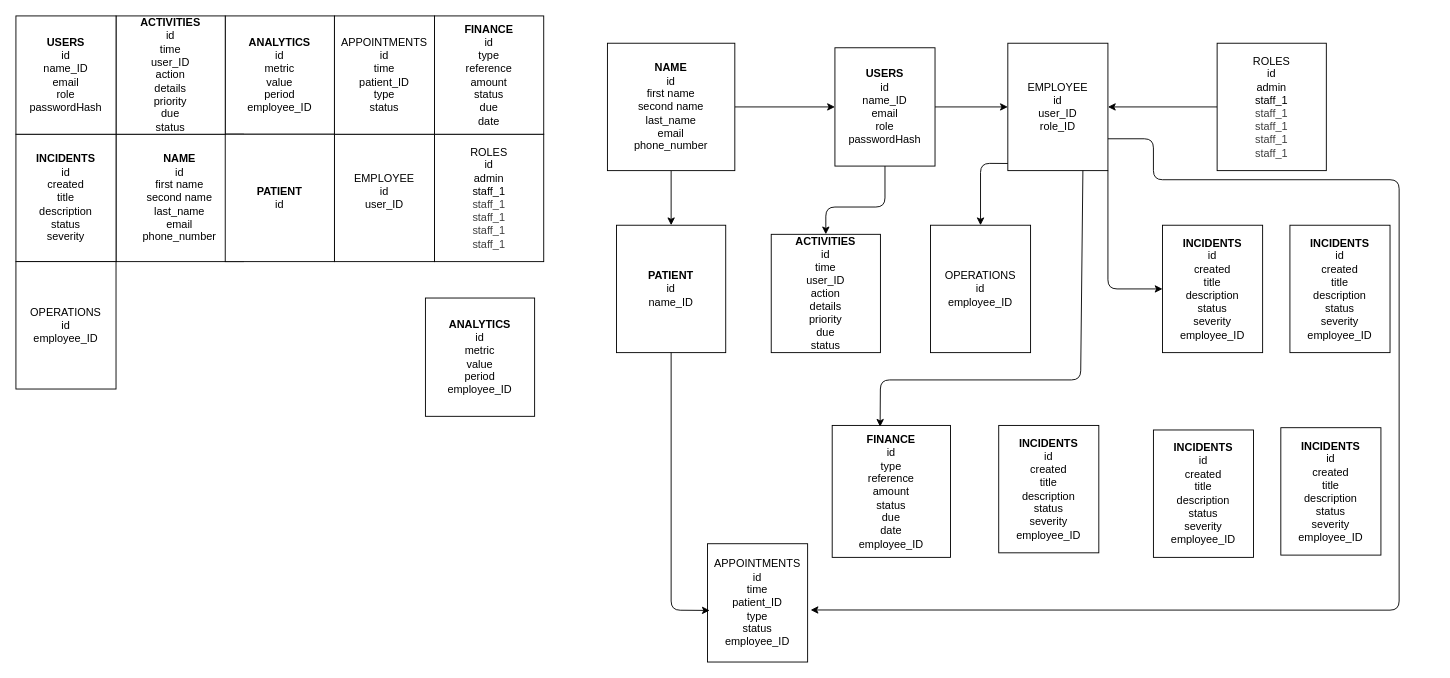
This is design/design.drawio from Justkim030/Moducare, a draw.io file, before an edit. Source tidied: cells renumbered, new cells numbered last; positions are measured from the earlier drawing's top-left corner, leaving out a move shared by most shapes. Both pictures are drawn from the tidied source at 91%, with x=0, y=0 at pixel (15, 15).
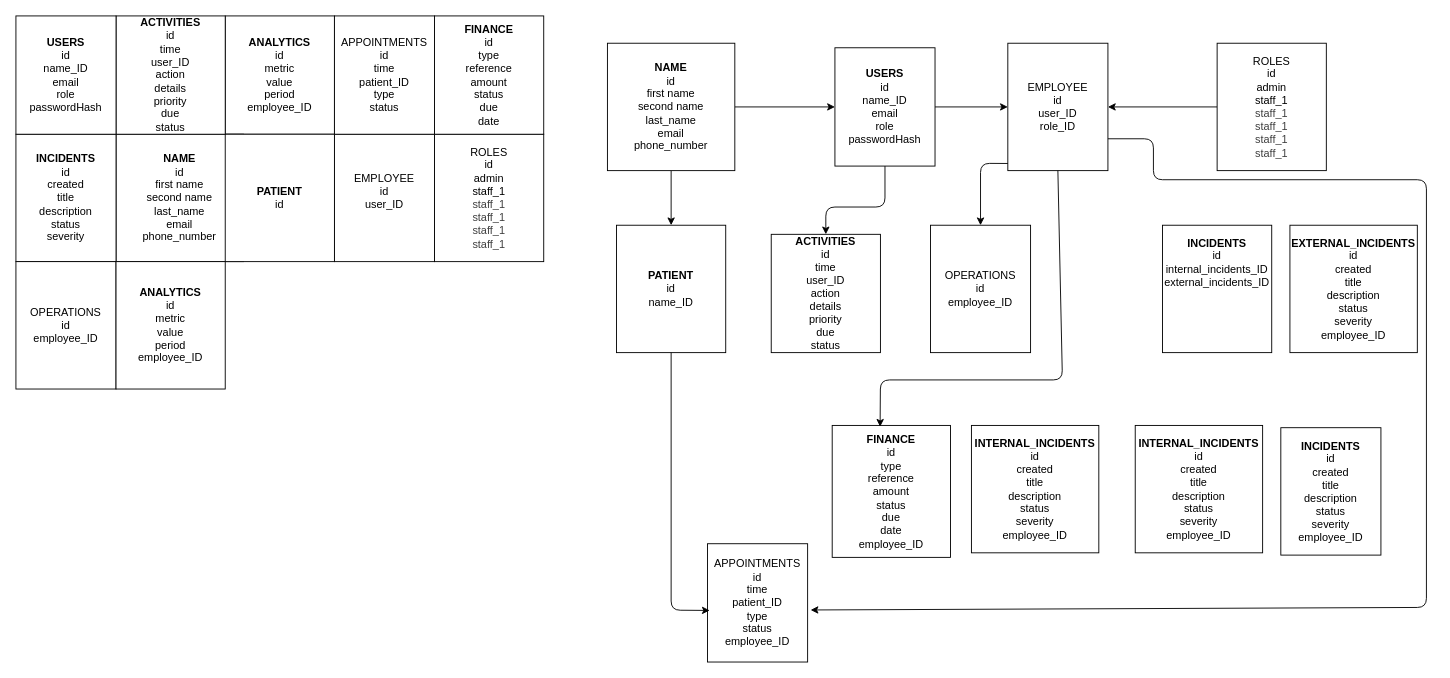
The same page after the edit.

The change refers to these unchanged cells:
```xml
<mxCell id="15" value="EMPLOYEE&lt;div&gt;id&lt;/div&gt;&lt;div&gt;user_ID&lt;/div&gt;&lt;div&gt;role_ID&lt;/div&gt;" style="rounded=0;whiteSpace=wrap;html=1;" parent="1" vertex="1">
  <mxGeometry x="1090" y="30" width="110" height="140" as="geometry" />
</mxCell>
<mxCell id="24" value="&lt;b&gt;FINANCE&lt;/b&gt;&lt;div&gt;id&lt;/div&gt;&lt;div&gt;type&lt;/div&gt;&lt;div&gt;reference&lt;/div&gt;&lt;div&gt;amount&lt;/div&gt;&lt;div&gt;status&lt;/div&gt;&lt;div&gt;due&lt;/div&gt;&lt;div&gt;date&lt;/div&gt;&lt;div&gt;employee_ID&lt;/div&gt;" style="rounded=0;whiteSpace=wrap;html=1;" parent="1" vertex="1">
  <mxGeometry x="897" y="450" width="130" height="145" as="geometry" />
</mxCell>
<mxCell id="25" value="APPOINTMENTS&lt;div&gt;id&lt;/div&gt;&lt;div&gt;time&lt;/div&gt;&lt;div&gt;patient_ID&lt;/div&gt;&lt;div&gt;type&lt;/div&gt;&lt;div&gt;status&lt;/div&gt;&lt;div&gt;employee_ID&lt;/div&gt;" style="rounded=0;whiteSpace=wrap;html=1;" parent="1" vertex="1">
  <mxGeometry x="760" y="580" width="110" height="130" as="geometry" />
</mxCell>
```

Change to the diagram source:
```diff
@@
-    <mxCell id="14" style="edgeStyle=none;html=1;exitX=1;exitY=1;exitDx=0;exitDy=0;entryX=0;entryY=0.5;entryDx=0;entryDy=0;" parent="1" edge="1" source="15" target="23">
-      <mxGeometry relative="1" as="geometry">
-        <Array as="points">
-          <mxPoint x="1200" y="300" />
-        </Array>
-      </mxGeometry>
-    </mxCell>
@@
     <mxCell id="18" value="ANALYTICS&lt;div&gt;&lt;span style=&quot;font-weight: normal;&quot;&gt;id&lt;/span&gt;&lt;/div&gt;&lt;div&gt;&lt;span style=&quot;font-weight: normal;&quot;&gt;metric&lt;/span&gt;&lt;/div&gt;&lt;div&gt;&lt;span style=&quot;font-weight: normal;&quot;&gt;value&lt;/span&gt;&lt;/div&gt;&lt;div&gt;&lt;span style=&quot;font-weight: normal;&quot;&gt;period&lt;/span&gt;&lt;/div&gt;&lt;div&gt;&lt;span style=&quot;font-weight: 400;&quot;&gt;employee_ID&lt;/span&gt;&lt;/div&gt;" style="rounded=0;whiteSpace=wrap;html=1;fontStyle=1;" parent="1" vertex="1">
-      <mxGeometry x="450" y="310" width="120" height="130" as="geometry" />
+      <mxGeometry x="110" y="270" width="120" height="140" as="geometry" />
     </mxCell>
@@
-    <mxCell id="23" value="&lt;b&gt;INCIDENTS&lt;/b&gt;&lt;div&gt;id&lt;/div&gt;&lt;div&gt;created&lt;/div&gt;&lt;div&gt;title&lt;/div&gt;&lt;div&gt;description&lt;/div&gt;&lt;div&gt;status&lt;/div&gt;&lt;div&gt;severity&lt;/div&gt;&lt;div&gt;employee_ID&lt;/div&gt;" style="rounded=0;whiteSpace=wrap;html=1;" parent="1" vertex="1">
-      <mxGeometry x="1260" y="230" width="110" height="140" as="geometry" />
+    <mxCell id="23" value="&lt;b&gt;INCIDENTS&lt;/b&gt;&lt;div&gt;id&lt;/div&gt;&lt;div&gt;internal_incidents_ID&lt;/div&gt;&lt;div&gt;external_incidents_ID&lt;/div&gt;&lt;div&gt;&lt;br&gt;&lt;/div&gt;&lt;div&gt;&lt;br&gt;&lt;/div&gt;&lt;div&gt;&lt;br&gt;&lt;/div&gt;&lt;div&gt;&lt;br&gt;&lt;/div&gt;" style="rounded=0;whiteSpace=wrap;html=1;" parent="1" vertex="1">
+      <mxGeometry x="1260" y="230" width="120" height="140" as="geometry" />
     </mxCell>
@@
     <mxCell id="32" style="edgeStyle=none;html=1;exitX=1;exitY=0.75;exitDx=0;exitDy=0;entryX=1.03;entryY=0.56;entryDx=0;entryDy=0;entryPerimeter=0;" parent="1" edge="1" source="15" target="25">
       <mxGeometry relative="1" as="geometry">
         <Array as="points">
           <mxPoint x="1250" y="135" />
           <mxPoint x="1250" y="180" />
-          <mxPoint x="1520" y="180" />
-          <mxPoint x="1520" y="653" />
+          <mxPoint x="1550" y="180" />
+          <mxPoint x="1550" y="650" />
         </Array>
       </mxGeometry>
     </mxCell>
-    <mxCell id="33" style="edgeStyle=none;html=1;exitX=0.75;exitY=1;exitDx=0;exitDy=0;entryX=0.405;entryY=0.01;entryDx=0;entryDy=0;entryPerimeter=0;" parent="1" edge="1" source="15" target="24">
+    <mxCell id="33" style="edgeStyle=none;html=1;exitX=0.5;exitY=1;exitDx=0;exitDy=0;entryX=0.405;entryY=0.01;entryDx=0;entryDy=0;entryPerimeter=0;" parent="1" edge="1" source="15" target="24">
       <mxGeometry relative="1" as="geometry">
         <Array as="points">
-          <mxPoint x="1170" y="400" />
+          <mxPoint x="1150" y="400" />
           <mxPoint x="950" y="400" />
         </Array>
       </mxGeometry>
     </mxCell>
-    <mxCell id="34" value="&lt;b&gt;INCIDENTS&lt;/b&gt;&lt;div&gt;id&lt;/div&gt;&lt;div&gt;created&lt;/div&gt;&lt;div&gt;title&lt;/div&gt;&lt;div&gt;description&lt;/div&gt;&lt;div&gt;status&lt;/div&gt;&lt;div&gt;severity&lt;/div&gt;&lt;div&gt;employee_ID&lt;/div&gt;" style="rounded=0;whiteSpace=wrap;html=1;" parent="1" vertex="1">
-      <mxGeometry x="1400" y="230" width="110" height="140" as="geometry" />
+    <mxCell id="34" value="&lt;b&gt;EXTERNAL_INCIDENTS&lt;/b&gt;&lt;div&gt;id&lt;/div&gt;&lt;div&gt;created&lt;/div&gt;&lt;div&gt;title&lt;/div&gt;&lt;div&gt;description&lt;/div&gt;&lt;div&gt;status&lt;/div&gt;&lt;div&gt;severity&lt;/div&gt;&lt;div&gt;employee_ID&lt;/div&gt;" style="rounded=0;whiteSpace=wrap;html=1;" parent="1" vertex="1">
+      <mxGeometry x="1400" y="230" width="140" height="140" as="geometry" />
     </mxCell>
@@
-    <mxCell id="36" value="&lt;b&gt;INCIDENTS&lt;/b&gt;&lt;div&gt;id&lt;/div&gt;&lt;div&gt;created&lt;/div&gt;&lt;div&gt;title&lt;/div&gt;&lt;div&gt;description&lt;/div&gt;&lt;div&gt;status&lt;/div&gt;&lt;div&gt;severity&lt;/div&gt;&lt;div&gt;employee_ID&lt;/div&gt;" style="rounded=0;whiteSpace=wrap;html=1;" parent="1" vertex="1">
-      <mxGeometry x="1080" y="450" width="110" height="140" as="geometry" />
+    <mxCell id="36" value="&lt;b&gt;INTERNAL_INCIDENTS&lt;/b&gt;&lt;div&gt;id&lt;/div&gt;&lt;div&gt;created&lt;/div&gt;&lt;div&gt;title&lt;/div&gt;&lt;div&gt;description&lt;/div&gt;&lt;div&gt;status&lt;/div&gt;&lt;div&gt;severity&lt;/div&gt;&lt;div&gt;employee_ID&lt;/div&gt;" style="rounded=0;whiteSpace=wrap;html=1;" parent="1" vertex="1">
+      <mxGeometry x="1050" y="450" width="140" height="140" as="geometry" />
     </mxCell>
-    <mxCell id="37" value="&lt;b&gt;INCIDENTS&lt;/b&gt;&lt;div&gt;id&lt;/div&gt;&lt;div&gt;created&lt;/div&gt;&lt;div&gt;title&lt;/div&gt;&lt;div&gt;description&lt;/div&gt;&lt;div&gt;status&lt;/div&gt;&lt;div&gt;severity&lt;/div&gt;&lt;div&gt;employee_ID&lt;/div&gt;" style="rounded=0;whiteSpace=wrap;html=1;" parent="1" vertex="1">
-      <mxGeometry x="1250" y="455" width="110" height="140" as="geometry" />
+    <mxCell id="37" value="&lt;b&gt;INTERNAL_INCIDENTS&lt;/b&gt;&lt;div&gt;id&lt;/div&gt;&lt;div&gt;created&lt;/div&gt;&lt;div&gt;title&lt;/div&gt;&lt;div&gt;description&lt;/div&gt;&lt;div&gt;status&lt;/div&gt;&lt;div&gt;severity&lt;/div&gt;&lt;div&gt;employee_ID&lt;/div&gt;" style="rounded=0;whiteSpace=wrap;html=1;" parent="1" vertex="1">
+      <mxGeometry x="1230" y="450" width="140" height="140" as="geometry" />
     </mxCell>
```
